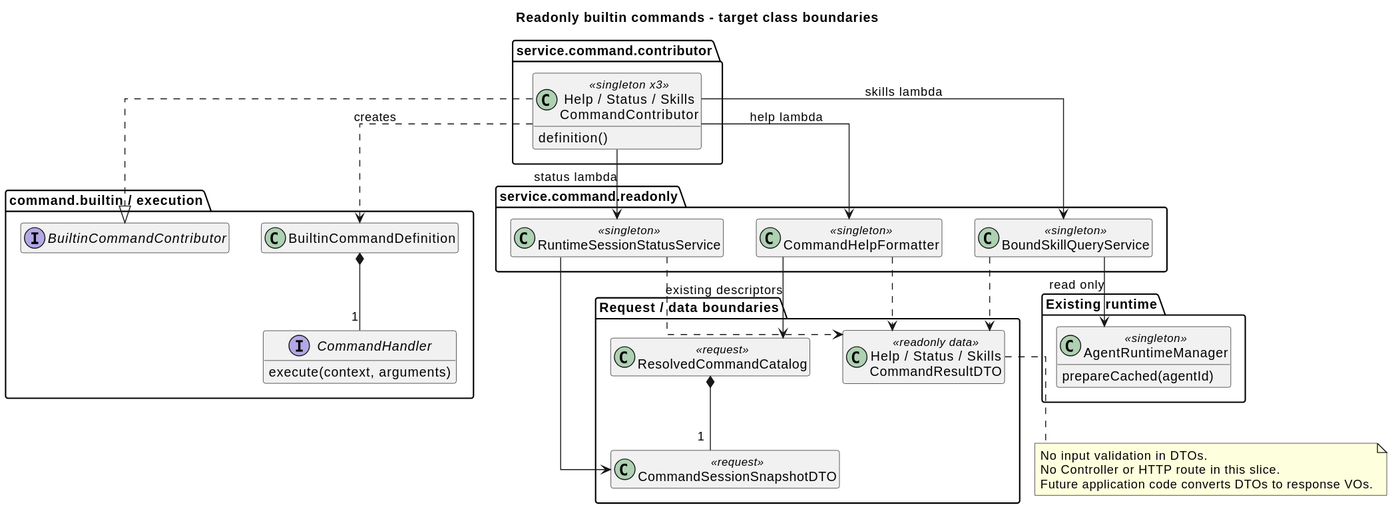
The PlantUML diagram docs/designs/builtin-command-readonly/builtin_command_readonly.svg in 2862282695gjh-afk/pi-mono-java, before a commit.
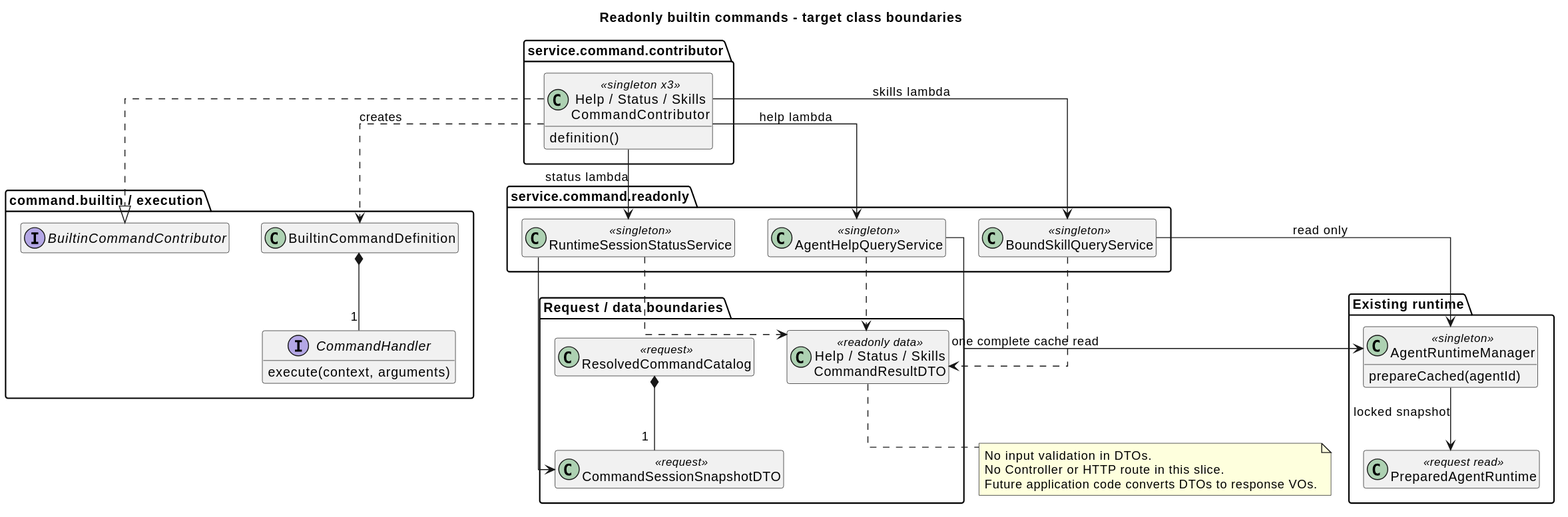
After the commit.

Commit message:
docs(runtime): align readonly help design

What changed in the source:
```diff
@@ -19,7 +19,7 @@
   }
 }
 package "service.command.readonly" {
-  class "CommandHelpFormatter" as Help <<singleton>>
+  class "AgentHelpQueryService" as Help <<singleton>>
   class "RuntimeSessionStatusService" as Status <<singleton>>
   class "BoundSkillQueryService" as Skills <<singleton>>
 }
@@ -32,6 +32,7 @@
   class "AgentRuntimeManager" as Manager <<singleton>> {
     prepareCached(agentId)
   }
+  class "PreparedAgentRuntime" as Prepared <<request read>>
 }
 
 Contributors ..|> SPI
@@ -40,9 +41,10 @@
 Contributors --> Help : help lambda
 Contributors --> Status : status lambda
 Contributors --> Skills : skills lambda
-Help --> Catalog : existing descriptors
+Help --> Manager : one complete cache read
 Status --> Session
 Skills --> Manager : read only
+Manager --> Prepared : locked snapshot
 Catalog *-- "1" Session
 Help ..> Results
 Status ..> Results
```
